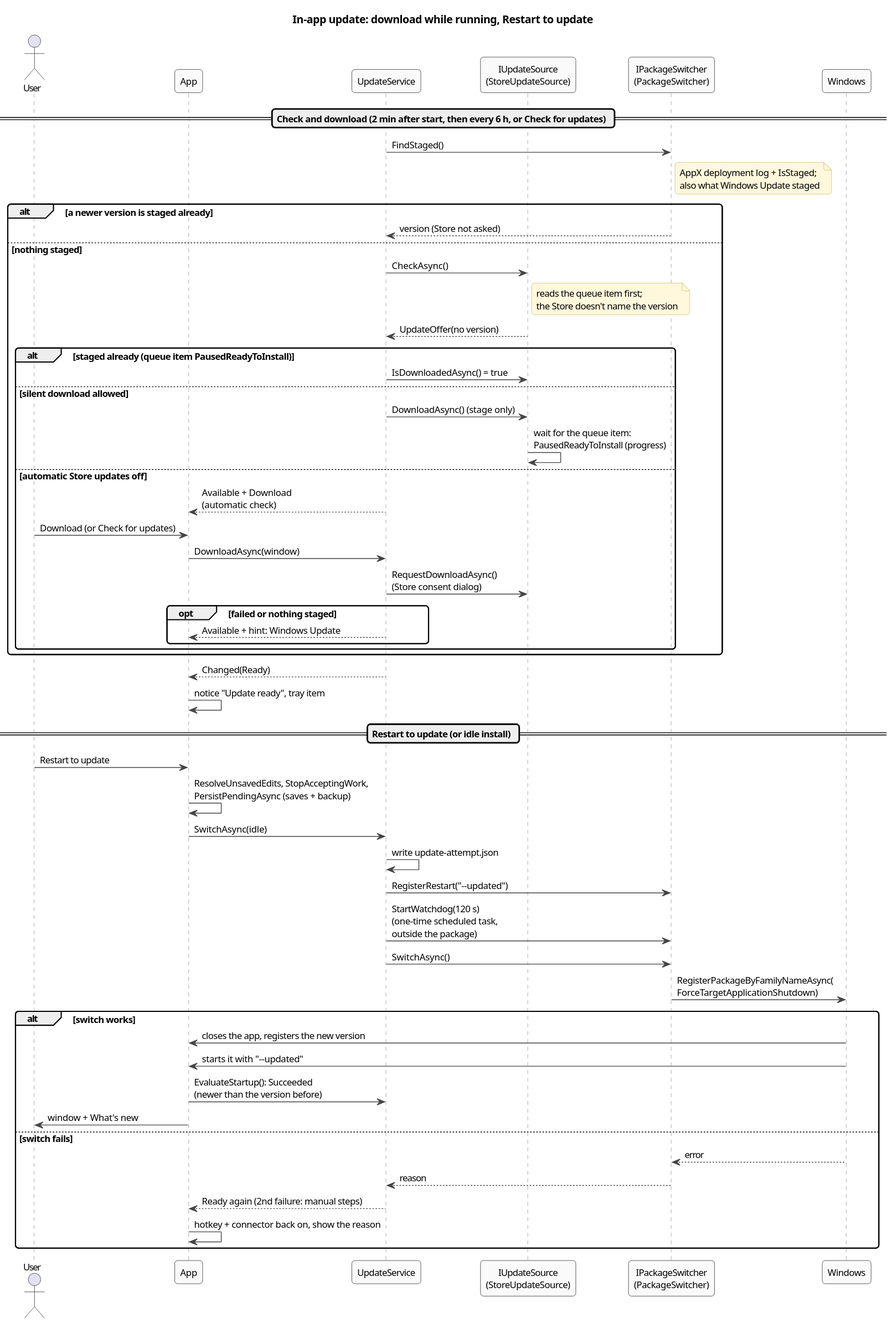
This is docs/architecture/diagrams/seq-update.svg from halatsWol/TextTemplateManager-v2, a PlantUML export, as it was before one commit.
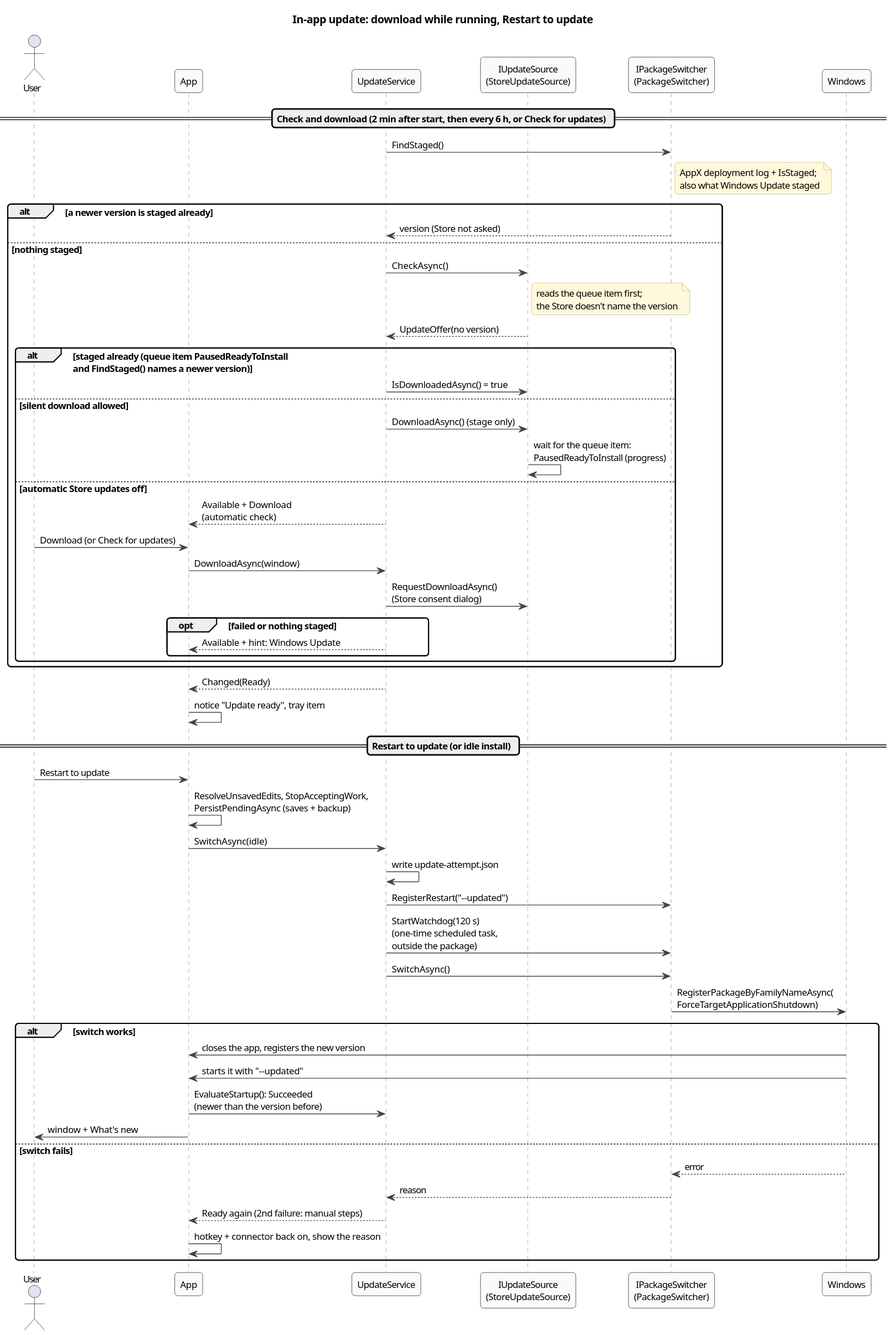
After the commit.

Commit message:
updates: Store queue ready only counts with a newer staged package; after a failed switch, Download and Check check the Store again

The edit, as a diff of the source:
```diff
@@ -18,7 +18,7 @@
   UpdateService -> Source : CheckAsync()
   note right of Source : reads the queue item first;\nthe Store doesn't name the version
   Source --> UpdateService : UpdateOffer(no version)
-  alt staged already (queue item PausedReadyToInstall)
+  alt staged already (queue item PausedReadyToInstall\nand FindStaged() names a newer version)
     UpdateService -> Source : IsDownloadedAsync() = true
   else silent download allowed
     UpdateService -> Source : DownloadAsync() (stage only)
```
